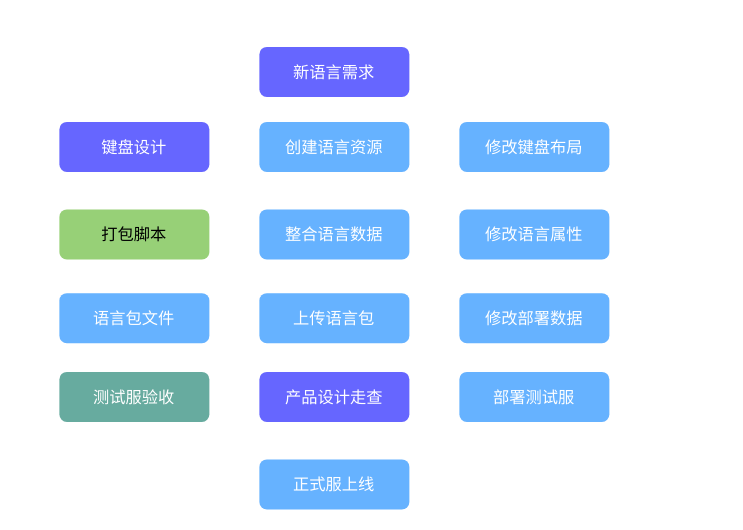
Before: layout-editor/布局编辑器旧流程.drawio in chonglv/charts, a draw.io diagram. Source tidied: cells renumbered, new cells numbered last; positions are measured from the earlier drawing's top-left corner, leaving out a move shared by most shapes. Both pictures are drawn from the tidied source at 125%, with x=0, y=0 at pixel (59, 46).
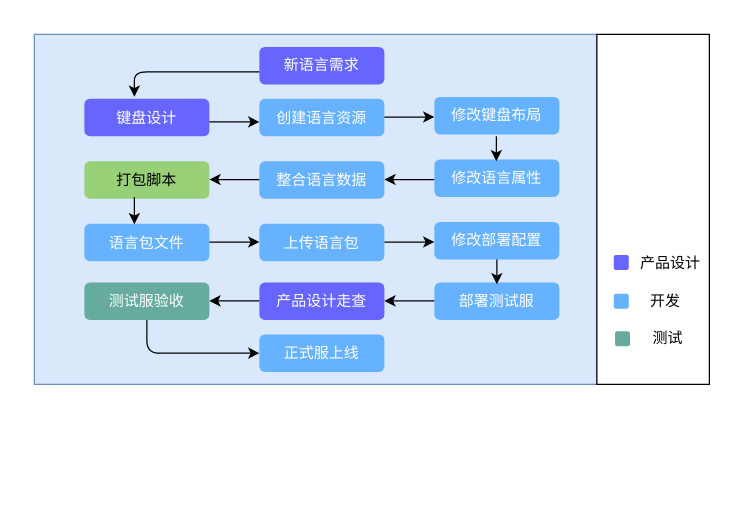
The same diagram, later.

Commit message:
Update 布局编辑器旧流程.drawio

The edit, as a diff of the source:
```diff
@@
+    <mxCell id="16" style="rounded=0;whiteSpace=wrap;html=1;fontSize=12;fontColor=#FFFFFF;fillColor=none;strokeColor=none;" parent="1" vertex="1">
+      <mxGeometry x="-30" y="-20" width="560" height="300" as="geometry" />
+    </mxCell>
+    <mxCell id="17" style="rounded=0;whiteSpace=wrap;html=1;fontSize=13;shadow=0;fillColor=#dae8fc;strokeColor=#6c8ebf;" parent="1" vertex="1">
+      <mxGeometry x="-20" y="-10" width="450" height="280" as="geometry" />
+    </mxCell>
-    <mxCell id="2" value="&lt;span style=&quot;font-size: 13px;&quot;&gt;新语言需求&lt;/span&gt;" style="rounded=1;whiteSpace=wrap;html=1;strokeColor=none;fontSize=13;fontColor=#FFFFFF;fillColor=#6666FF;" parent="1" vertex="1">
-      <mxGeometry x="160" width="120" height="40" as="geometry" />
+    <mxCell id="2" value="&lt;span style=&quot;font-size: 12px;&quot;&gt;新语言需求&lt;/span&gt;" style="rounded=1;whiteSpace=wrap;html=1;strokeColor=none;fontSize=12;fontColor=#FFFFFF;fillColor=#6666FF;" parent="1" vertex="1">
+      <mxGeometry x="160" width="100" height="30" as="geometry" />
     </mxCell>
-    <mxCell id="3" value="键盘设计" style="rounded=1;whiteSpace=wrap;html=1;fillColor=#6666FF;fontColor=#FFFFFF;strokeColor=none;fontSize=13;" parent="1" vertex="1">
-      <mxGeometry y="60" width="120" height="40" as="geometry" />
+    <mxCell id="3" value="键盘设计" style="rounded=1;whiteSpace=wrap;html=1;fillColor=#6666FF;fontColor=#FFFFFF;strokeColor=none;fontSize=12;" parent="1" vertex="1">
+      <mxGeometry x="20" y="41.5" width="100" height="30" as="geometry" />
     </mxCell>
-    <mxCell id="4" value="修改语言属性" style="rounded=1;whiteSpace=wrap;html=1;strokeColor=none;fontSize=13;fillColor=#66B2FF;fontColor=#FFFFFF;" parent="1" vertex="1">
-      <mxGeometry x="320" y="130" width="120" height="40" as="geometry" />
+    <mxCell id="4" value="修改语言属性" style="rounded=1;whiteSpace=wrap;html=1;strokeColor=none;fontSize=12;fillColor=#66B2FF;fontColor=#FFFFFF;" parent="1" vertex="1">
+      <mxGeometry x="300" y="90" width="100" height="30" as="geometry" />
     </mxCell>
-    <mxCell id="5" value="打包脚本" style="rounded=1;whiteSpace=wrap;html=1;fillColor=#97D077;strokeColor=none;fontSize=13;" parent="1" vertex="1">
-      <mxGeometry y="130" width="120" height="40" as="geometry" />
+    <mxCell id="5" value="打包脚本" style="rounded=1;whiteSpace=wrap;html=1;fillColor=#97D077;strokeColor=none;fontSize=12;" parent="1" vertex="1">
+      <mxGeometry x="20" y="91.5" width="100" height="30" as="geometry" />
     </mxCell>
-    <mxCell id="6" value="产品设计走查" style="rounded=1;whiteSpace=wrap;html=1;strokeColor=none;fontSize=13;fillColor=#6666FF;fontColor=#FFFFFF;" parent="1" vertex="1">
-      <mxGeometry x="160" y="260" width="120" height="40" as="geometry" />
+    <mxCell id="6" value="产品设计走查" style="rounded=1;whiteSpace=wrap;html=1;strokeColor=none;fontSize=12;fillColor=#6666FF;fontColor=#FFFFFF;" parent="1" vertex="1">
+      <mxGeometry x="160" y="188.5" width="100" height="30" as="geometry" />
     </mxCell>
-    <mxCell id="7" value="修改键盘布局" style="rounded=1;whiteSpace=wrap;html=1;strokeColor=none;fontColor=#FFFFFF;fontSize=13;fillColor=#66B2FF;" parent="1" vertex="1">
-      <mxGeometry x="320" y="60" width="120" height="40" as="geometry" />
+    <mxCell id="7" value="修改键盘布局" style="rounded=1;whiteSpace=wrap;html=1;strokeColor=none;fontColor=#FFFFFF;fontSize=12;fillColor=#66B2FF;" parent="1" vertex="1">
+      <mxGeometry x="300" y="40" width="100" height="30" as="geometry" />
     </mxCell>
-    <mxCell id="8" value="语言包文件" style="rounded=1;whiteSpace=wrap;html=1;strokeColor=none;fontColor=#FFFFFF;fontSize=13;fillColor=#66B2FF;" parent="1" vertex="1">
-      <mxGeometry y="197" width="120" height="40" as="geometry" />
+    <mxCell id="8" value="语言包文件" style="rounded=1;whiteSpace=wrap;html=1;strokeColor=none;fontColor=#FFFFFF;fontSize=12;fillColor=#66B2FF;" parent="1" vertex="1">
+      <mxGeometry x="20" y="141.5" width="100" height="30" as="geometry" />
     </mxCell>
-    <mxCell id="9" value="上传语言包" style="rounded=1;whiteSpace=wrap;html=1;strokeColor=none;fontSize=13;fillColor=#66B2FF;fontColor=#FFFFFF;" parent="1" vertex="1">
-      <mxGeometry x="160" y="197" width="120" height="40" as="geometry" />
+    <mxCell id="9" value="上传语言包" style="rounded=1;whiteSpace=wrap;html=1;strokeColor=none;fontSize=12;fillColor=#66B2FF;fontColor=#FFFFFF;" parent="1" vertex="1">
+      <mxGeometry x="160" y="141.5" width="100" height="30" as="geometry" />
     </mxCell>
-    <mxCell id="10" value="整合语言数据" style="rounded=1;whiteSpace=wrap;html=1;fontColor=#FFFFFF;strokeColor=none;fontSize=13;fillColor=#66B2FF;" parent="1" vertex="1">
-      <mxGeometry x="160" y="130" width="120" height="40" as="geometry" />
+    <mxCell id="10" value="整合语言数据" style="rounded=1;whiteSpace=wrap;html=1;fontColor=#FFFFFF;strokeColor=none;fontSize=12;fillColor=#66B2FF;" parent="1" vertex="1">
+      <mxGeometry x="160" y="91.5" width="100" height="30" as="geometry" />
     </mxCell>
-    <mxCell id="11" value="测试服验收" style="rounded=1;whiteSpace=wrap;html=1;strokeColor=none;fontColor=#FFFFFF;fontSize=13;fillColor=#67AB9F;" parent="1" vertex="1">
-      <mxGeometry y="260" width="120" height="40" as="geometry" />
+    <mxCell id="11" value="测试服验收" style="rounded=1;whiteSpace=wrap;html=1;strokeColor=none;fontColor=#FFFFFF;fontSize=12;fillColor=#67AB9F;" parent="1" vertex="1">
+      <mxGeometry x="20" y="188.5" width="100" height="30" as="geometry" />
     </mxCell>
-    <mxCell id="12" value="正式服上线" style="rounded=1;whiteSpace=wrap;html=1;strokeColor=none;fontColor=#FFFFFF;fontSize=13;fillColor=#66B2FF;" parent="1" vertex="1">
-      <mxGeometry x="160" y="330" width="120" height="40" as="geometry" />
+    <mxCell id="12" value="正式服上线" style="rounded=1;whiteSpace=wrap;html=1;strokeColor=none;fontColor=#FFFFFF;fontSize=12;fillColor=#66B2FF;" parent="1" vertex="1">
+      <mxGeometry x="160" y="230" width="100" height="30" as="geometry" />
     </mxCell>
-    <mxCell id="13" value="创建语言资源" style="rounded=1;whiteSpace=wrap;html=1;fontSize=13;strokeColor=none;fillColor=#66B2FF;fontColor=#FFFFFF;" parent="1" vertex="1">
-      <mxGeometry x="160" y="60" width="120" height="40" as="geometry" />
+    <mxCell id="13" value="创建语言资源" style="rounded=1;whiteSpace=wrap;html=1;fontSize=12;strokeColor=none;fillColor=#66B2FF;fontColor=#FFFFFF;" parent="1" vertex="1">
+      <mxGeometry x="160" y="41.5" width="100" height="30" as="geometry" />
     </mxCell>
-    <mxCell id="14" value="修改部署数据" style="rounded=1;whiteSpace=wrap;html=1;strokeColor=none;fontSize=13;fillColor=#66B2FF;fontColor=#FFFFFF;" parent="1" vertex="1">
-      <mxGeometry x="320" y="197" width="120" height="40" as="geometry" />
+    <mxCell id="14" value="修改部署配置" style="rounded=1;whiteSpace=wrap;html=1;strokeColor=none;fontSize=12;fillColor=#66B2FF;fontColor=#FFFFFF;" parent="1" vertex="1">
+      <mxGeometry x="300" y="140" width="100" height="30" as="geometry" />
     </mxCell>
-    <mxCell id="15" value="部署测试服" style="rounded=1;whiteSpace=wrap;html=1;strokeColor=none;fontColor=#FFFFFF;fontSize=13;fillColor=#66B2FF;" parent="1" vertex="1">
-      <mxGeometry x="320" y="260" width="120" height="40" as="geometry" />
+    <mxCell id="15" value="部署测试服" style="rounded=1;whiteSpace=wrap;html=1;strokeColor=none;fontColor=#FFFFFF;fontSize=12;fillColor=#66B2FF;" parent="1" vertex="1">
+      <mxGeometry x="300" y="188.5" width="100" height="30" as="geometry" />
     </mxCell>
+    <mxCell id="18" style="rounded=0;whiteSpace=wrap;html=1;" parent="1" vertex="1">
+      <mxGeometry x="430" y="-10" width="90" height="280" as="geometry" />
+    </mxCell>
+    <mxCell id="19" style="rounded=1;whiteSpace=wrap;html=1;strokeColor=none;fillColor=#6666FF;" parent="1" vertex="1">
+      <mxGeometry x="443.5" y="166.5" width="12" height="12" as="geometry" />
+    </mxCell>
+    <mxCell id="20" style="rounded=1;whiteSpace=wrap;html=1;strokeColor=none;fillColor=#66B2FF;" parent="1" vertex="1">
+      <mxGeometry x="443.5" y="197.5" width="12" height="12" as="geometry" />
+    </mxCell>
+    <mxCell id="21" style="rounded=1;whiteSpace=wrap;html=1;fillColor=#67AB9F;strokeColor=none;" parent="1" vertex="1">
+      <mxGeometry x="444.5" y="227.5" width="12" height="12" as="geometry" />
+    </mxCell>
+    <mxCell id="22" value="产品设计" style="text;html=1;strokeColor=none;fillColor=none;align=center;verticalAlign=middle;whiteSpace=wrap;rounded=0;" parent="1" vertex="1">
+      <mxGeometry x="464" y="164" width="50" height="17" as="geometry" />
+    </mxCell>
+    <mxCell id="23" value="开发" style="text;html=1;strokeColor=none;fillColor=none;align=center;verticalAlign=middle;whiteSpace=wrap;rounded=0;" parent="1" vertex="1">
+      <mxGeometry x="465" y="193.5" width="40" height="20" as="geometry" />
+    </mxCell>
+    <mxCell id="24" value="测试" style="text;html=1;strokeColor=none;fillColor=none;align=center;verticalAlign=middle;whiteSpace=wrap;rounded=0;" parent="1" vertex="1">
+      <mxGeometry x="467" y="222.5" width="40" height="20" as="geometry" />
+    </mxCell>
+    <mxCell id="25" style="endArrow=classic;html=1;exitX=0;exitY=0.5;exitDx=0;exitDy=0;" parent="1" edge="1">
+      <mxGeometry relative="1" as="geometry">
+        <mxPoint x="160" y="20" as="sourcePoint" />
+        <mxPoint x="60" y="40" as="targetPoint" />
+        <Array as="points">
+          <mxPoint x="60" y="20" />
+        </Array>
+      </mxGeometry>
+    </mxCell>
+    <mxCell id="26" style="endArrow=classic;html=1;fontColor=#FFFFFF;" parent="1" edge="1">
+      <mxGeometry relative="1" as="geometry">
+        <mxPoint x="260" y="56.1" as="sourcePoint" />
+        <mxPoint x="300" y="56.1" as="targetPoint" />
+      </mxGeometry>
+    </mxCell>
+    <mxCell id="27" style="endArrow=classic;html=1;fontColor=#FFFFFF;" parent="1" edge="1">
+      <mxGeometry relative="1" as="geometry">
+        <mxPoint x="300" y="106.1" as="sourcePoint" />
+        <mxPoint x="260" y="106.1" as="targetPoint" />
+      </mxGeometry>
+    </mxCell>
+    <mxCell id="28" style="endArrow=classic;html=1;fontColor=#FFFFFF;" parent="1" edge="1">
+      <mxGeometry relative="1" as="geometry">
+        <mxPoint x="120" y="156.1" as="sourcePoint" />
+        <mxPoint x="160" y="156.1" as="targetPoint" />
+      </mxGeometry>
+    </mxCell>
+    <mxCell id="29" style="endArrow=classic;html=1;fontColor=#FFFFFF;" parent="1" edge="1">
+      <mxGeometry relative="1" as="geometry">
+        <mxPoint x="260" y="156.1" as="sourcePoint" />
+        <mxPoint x="300" y="156.1" as="targetPoint" />
+      </mxGeometry>
+    </mxCell>
+    <mxCell id="30" style="endArrow=classic;html=1;fontColor=#FFFFFF;" parent="1" edge="1">
+      <mxGeometry relative="1" as="geometry">
+        <mxPoint x="120" y="60" as="sourcePoint" />
+        <mxPoint x="160" y="60" as="targetPoint" />
+      </mxGeometry>
+    </mxCell>
+    <mxCell id="31" style="endArrow=classic;html=1;fontColor=#FFFFFF;" parent="1" edge="1">
+      <mxGeometry relative="1" as="geometry">
+        <mxPoint x="300" y="203.2" as="sourcePoint" />
+        <mxPoint x="260" y="203.2" as="targetPoint" />
+      </mxGeometry>
+    </mxCell>
+    <mxCell id="32" style="endArrow=classic;html=1;fontColor=#FFFFFF;" parent="1" edge="1">
+      <mxGeometry relative="1" as="geometry">
+        <mxPoint x="160" y="203.2" as="sourcePoint" />
+        <mxPoint x="120" y="203.2" as="targetPoint" />
+      </mxGeometry>
+    </mxCell>
+    <mxCell id="33" style="endArrow=classic;html=1;fontColor=#FFFFFF;" parent="1" edge="1">
+      <mxGeometry relative="1" as="geometry">
+        <mxPoint x="160" y="106.1" as="sourcePoint" />
+        <mxPoint x="120" y="106.1" as="targetPoint" />
+      </mxGeometry>
+    </mxCell>
+    <mxCell id="34" style="edgeStyle=orthogonalEdgeStyle;rounded=0;orthogonalLoop=1;jettySize=auto;html=1;" parent="1" edge="1">
+      <mxGeometry relative="1" as="geometry">
+        <mxPoint x="60" y="120" as="sourcePoint" />
+        <mxPoint x="60" y="142" as="targetPoint" />
+      </mxGeometry>
+    </mxCell>
+    <mxCell id="35" style="edgeStyle=orthogonalEdgeStyle;rounded=0;orthogonalLoop=1;jettySize=auto;html=1;" parent="1" edge="1">
+      <mxGeometry relative="1" as="geometry">
+        <mxPoint x="349.6" y="71.5" as="sourcePoint" />
+        <mxPoint x="349.6" y="91.5" as="targetPoint" />
+        <Array as="points">
+          <mxPoint x="349.6" y="91.5" />
+          <mxPoint x="349.6" y="91.5" />
+        </Array>
+      </mxGeometry>
+    </mxCell>
+    <mxCell id="36" style="endArrow=classic;html=1;exitX=0.5;exitY=1;exitDx=0;exitDy=0;entryX=0;entryY=0.5;entryDx=0;entryDy=0;" parent="1" edge="1" source="11" target="12">
+      <mxGeometry relative="1" as="geometry">
+        <Array as="points">
+          <mxPoint x="70" y="245" />
+        </Array>
+      </mxGeometry>
+    </mxCell>
+    <mxCell id="37" style="edgeStyle=orthogonalEdgeStyle;rounded=0;orthogonalLoop=1;jettySize=auto;html=1;" parent="1" edge="1">
+      <mxGeometry relative="1" as="geometry">
+        <mxPoint x="350" y="170" as="sourcePoint" />
+        <mxPoint x="350" y="190" as="targetPoint" />
+        <Array as="points">
+          <mxPoint x="350" y="190" />
+          <mxPoint x="350" y="190" />
+        </Array>
+      </mxGeometry>
+    </mxCell>
```
